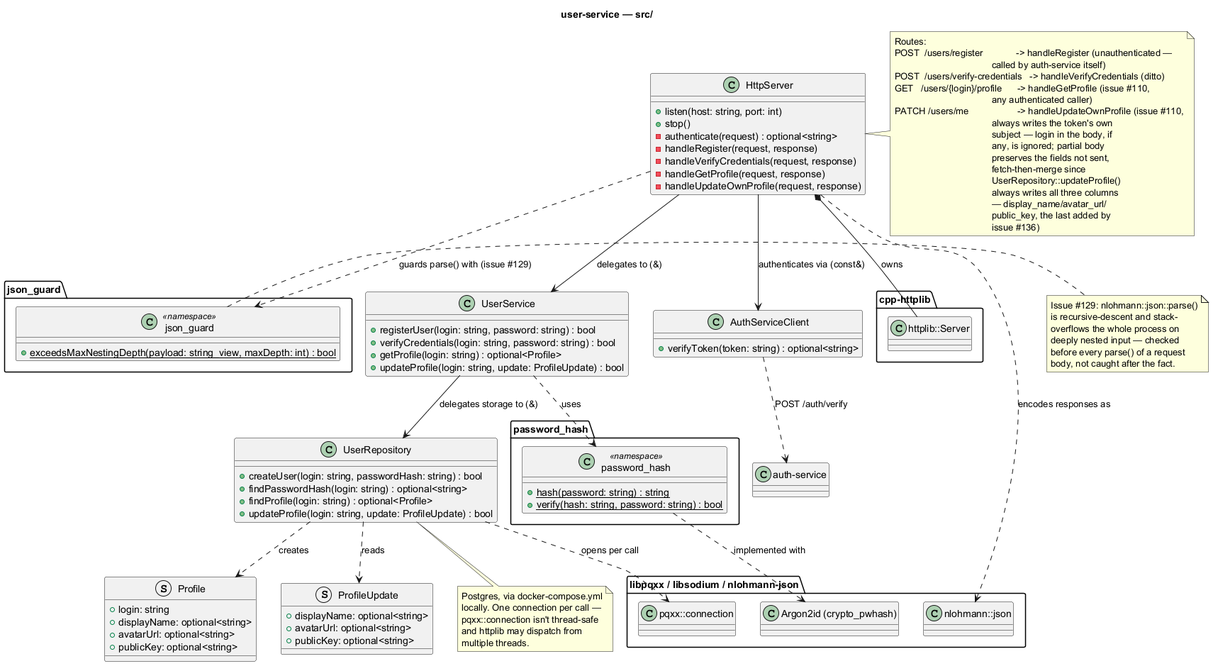
Before: services/user-service/docs/diagrams/user-service.png, a diagram exported from PlantUML (NekrasovIS/Exp).
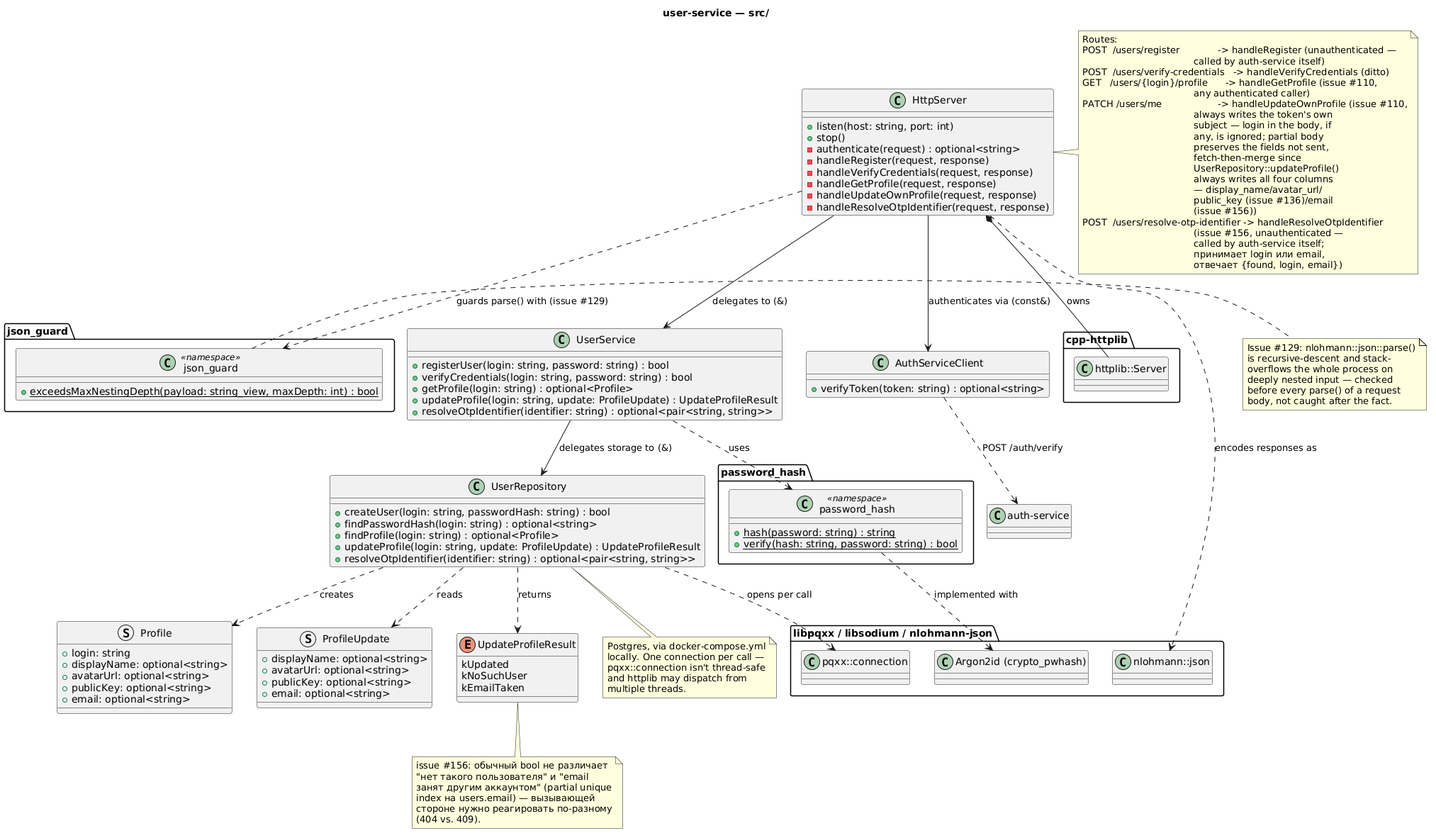
Above is the later version.

Commit message:
[156] Add email field + OTP-identifier resolution to user-service

Change to the diagram source:
```diff
@@ -23,29 +23,48 @@
   +displayName: optional<string>
   +avatarUrl: optional<string>
   +publicKey: optional<string>
+  +email: optional<string>
 }
 
 struct ProfileUpdate {
   +displayName: optional<string>
   +avatarUrl: optional<string>
   +publicKey: optional<string>
+  +email: optional<string>
 }
+
+enum UpdateProfileResult {
+  kUpdated
+  kNoSuchUser
+  kEmailTaken
+}
+note bottom of UpdateProfileResult
+  issue #156: обычный bool не различает
+  "нет такого пользователя" и "email
+  занят другим аккаунтом" (partial unique
+  index на users.email) — вызывающей
+  стороне нужно реагировать по-разному
+  (404 vs. 409).
+end note
 
 class UserRepository {
   +createUser(login: string, passwordHash: string) : bool
   +findPasswordHash(login: string) : optional<string>
   +findProfile(login: string) : optional<Profile>
-  +updateProfile(login: string, update: ProfileUpdate) : bool
+  +updateProfile(login: string, update: ProfileUpdate) : UpdateProfileResult
+  +resolveOtpIdentifier(identifier: string) : optional<pair<string, string>>
 }
 UserRepository ..> PqxxConnection : opens per call
 UserRepository ..> Profile : creates
 UserRepository ..> ProfileUpdate : reads
+UserRepository ..> UpdateProfileResult : returns
 
 class UserService {
   +registerUser(login: string, password: string) : bool
   +verifyCredentials(login: string, password: string) : bool
   +getProfile(login: string) : optional<Profile>
-  +updateProfile(login: string, update: ProfileUpdate) : bool
+  +updateProfile(login: string, update: ProfileUpdate) : UpdateProfileResult
+  +resolveOtpIdentifier(identifier: string) : optional<pair<string, string>>
 }
 UserService --> UserRepository : delegates storage to (&)
 UserService ..> password_hash.password_hash : uses
@@ -70,6 +89,7 @@
   -handleVerifyCredentials(request, response)
   -handleGetProfile(request, response)
   -handleUpdateOwnProfile(request, response)
+  -handleResolveOtpIdentifier(request, response)
 }
 HttpServer --> UserService : delegates to (&)
 HttpServer --> AuthServiceClient : authenticates via (const&)
@@ -91,10 +111,15 @@
                                         preserves the fields not sent,
                                         fetch-then-merge since
                                         UserRepository::updateProfile()
-                                        always writes all three columns
+                                        always writes all four columns
                                         — display_name/avatar_url/
-                                        public_key, the last added by
-                                        issue #136)
+                                        public_key (issue #136)/email
+                                        (issue #156))
+  POST  /users/resolve-otp-identifier -> handleResolveOtpIdentifier
+                                        (issue #156, unauthenticated —
+                                        called by auth-service itself;
+                                        принимает login или email,
+                                        отвечает {found, login, email})
 end note
 
 note right of json_guard.json_guard
```
